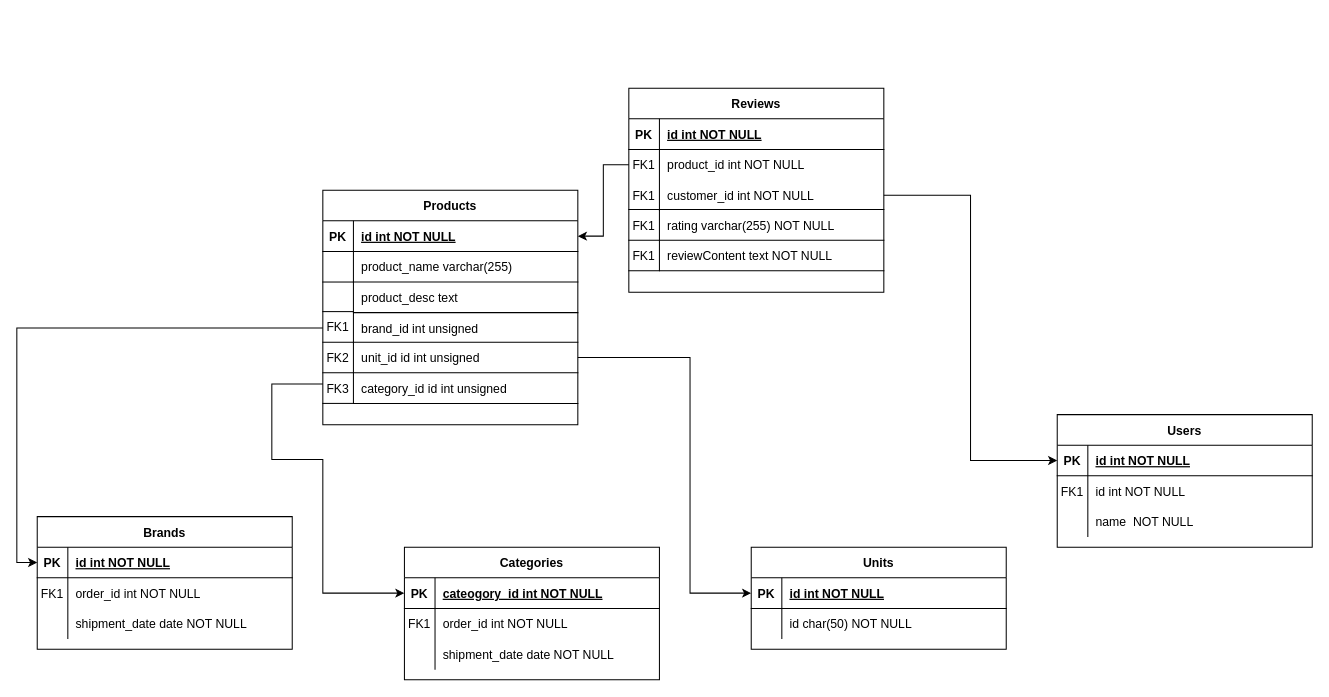
This is database/migrations/Untitled Diagram.drawio from yashmali408/new-laravel-project-, a draw.io file, before an edit. Source tidied: cells renumbered, new cells numbered last; positions are measured from the earlier drawing's top-left corner, leaving out a move shared by most shapes. Both pictures are drawn from the tidied source at 102%, with x=0, y=0 at pixel (37, 88).
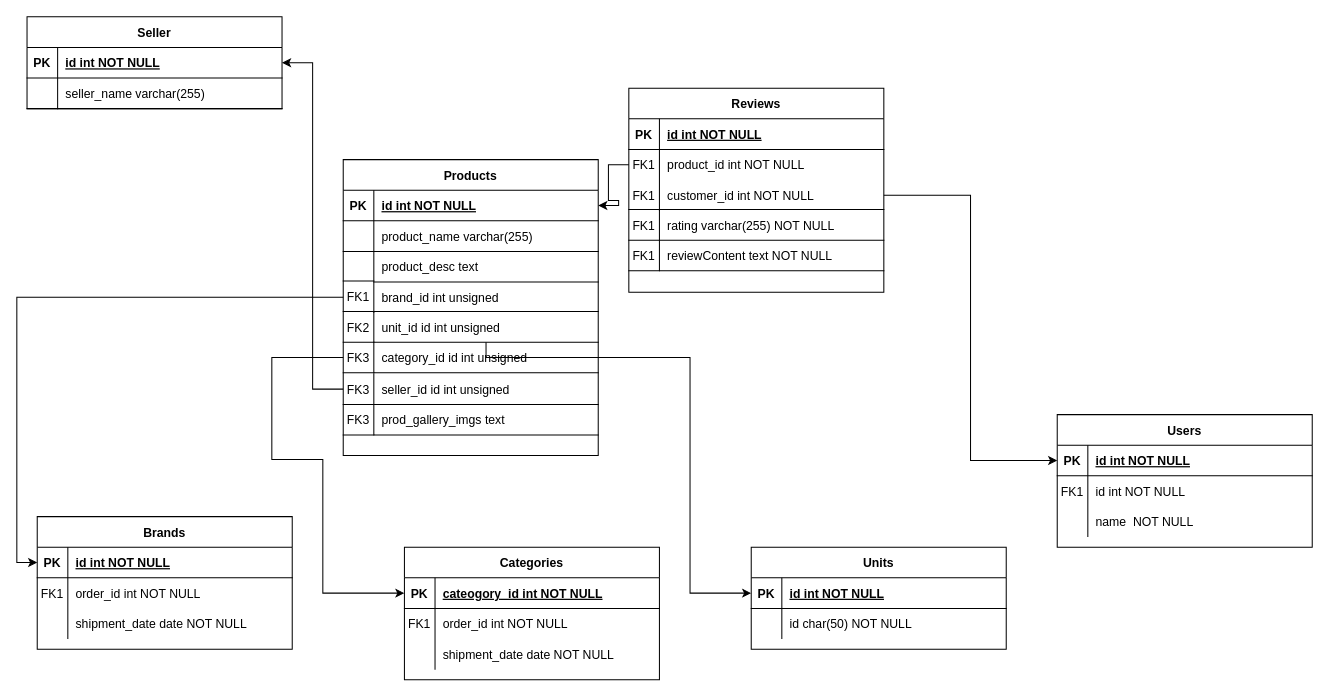
Above is the later version.

The change refers to these unchanged cells:
```xml
<mxCell id="20" style="shape=partialRectangle;fillColor=none;points=[[0,0.5],[1,0.5]];portConstraint=eastwest;top=0;left=0;right=0;bottom=1;" parent="19" vertex="1">
  <mxGeometry y="30" width="250" height="30" as="geometry" />
</mxCell>
<mxCell id="51" value="FK3" style="shape=partialRectangle;overflow=hidden;fillColor=none;top=0;left=0;bottom=1;right=0;" parent="32" vertex="1">
  <mxGeometry y="179" width="30" height="30" as="geometry" />
</mxCell>
```

The edit, as a diff of the source:
```diff
@@
     <mxCell id="31" style="group;" parent="1" vertex="1">
-      <mxGeometry x="280" y="100" width="250" height="230" as="geometry" />
+      <mxGeometry x="300" y="70" width="250" height="290" as="geometry" />
     </mxCell>
     <mxCell id="32" style="group;" parent="31" vertex="1">
-      <mxGeometry width="250" height="230" as="geometry" />
+      <mxGeometry width="250" height="290" as="geometry" />
     </mxCell>
     <mxCell id="33" style="group;" parent="32" vertex="1">
-      <mxGeometry width="250" height="230" as="geometry" />
+      <mxGeometry width="250" height="290" as="geometry" />
     </mxCell>
+    <mxCell id="47" value="unit_id id int unsigned" style="shape=partialRectangle;overflow=hidden;fillColor=none;top=1;left=1;bottom=1;right=0;align=left;spacingLeft=6;labelBorderColor=none;" parent="33" vertex="1">
+      <mxGeometry x="30" y="149" width="220" height="30" as="geometry" />
+    </mxCell>
+    <mxCell id="48" value="FK1" style="shape=partialRectangle;overflow=hidden;fillColor=none;top=1;left=0;bottom=0;right=0;" parent="33" vertex="1">
+      <mxGeometry y="119" width="30" height="30" as="geometry" />
+    </mxCell>
+    <mxCell id="49" value="FK2" style="shape=partialRectangle;overflow=hidden;fillColor=none;top=1;left=0;bottom=1;right=0;" parent="33" vertex="1">
+      <mxGeometry y="149" width="30" height="30" as="geometry" />
+    </mxCell>
+    <mxCell id="81" style="group;" parent="33" vertex="1">
+      <mxGeometry width="250" height="290" as="geometry" />
+    </mxCell>
+    <mxCell id="82" value="seller_id id int unsigned" style="shape=partialRectangle;overflow=hidden;fillColor=none;top=0;left=1;bottom=1;right=0;align=left;spacingLeft=6;labelBorderColor=none;" parent="81" vertex="1">
+      <mxGeometry x="30" y="210" width="220" height="30" as="geometry" />
+    </mxCell>
+    <mxCell id="83" value="FK3" style="shape=partialRectangle;overflow=hidden;fillColor=none;top=0;left=0;bottom=1;right=0;" parent="81" vertex="1">
+      <mxGeometry y="210" width="30" height="30" as="geometry" />
+    </mxCell>
+    <mxCell id="84" style="group;" parent="81" vertex="1">
+      <mxGeometry width="250" height="290" as="geometry" />
+    </mxCell>
-    <mxCell id="34" value="Products" style="shape=table;startSize=30;childLayout=tableLayout;rowLines=0;fontStyle=1;align=center;" parent="33" vertex="1">
-      <mxGeometry width="250" height="230" as="geometry" />
+    <mxCell id="34" value="Products" style="shape=table;startSize=30;childLayout=tableLayout;rowLines=0;fontStyle=1;align=center;" parent="84" vertex="1">
+      <mxGeometry width="250" height="290" as="geometry" />
     </mxCell>
@@
-    <mxCell id="47" value="unit_id id int unsigned" style="shape=partialRectangle;overflow=hidden;fillColor=none;top=1;left=1;bottom=1;right=0;align=left;spacingLeft=6;labelBorderColor=none;" parent="33" vertex="1">
-      <mxGeometry x="30" y="149" width="220" height="30" as="geometry" />
-    </mxCell>
-    <mxCell id="48" value="FK1" style="shape=partialRectangle;overflow=hidden;fillColor=none;top=1;left=0;bottom=0;right=0;" parent="33" vertex="1">
-      <mxGeometry y="119" width="30" height="30" as="geometry" />
-    </mxCell>
-    <mxCell id="49" value="FK2" style="shape=partialRectangle;overflow=hidden;fillColor=none;top=1;left=0;bottom=1;right=0;" parent="33" vertex="1">
-      <mxGeometry y="149" width="30" height="30" as="geometry" />
-    </mxCell>
+    <mxCell id="85" value="prod_gallery_imgs text" style="shape=partialRectangle;overflow=hidden;fillColor=none;top=0;left=1;bottom=1;right=0;align=left;spacingLeft=6;labelBorderColor=none;" parent="84" vertex="1">
+      <mxGeometry x="30" y="240" width="220" height="30" as="geometry" />
+    </mxCell>
+    <mxCell id="86" value="FK3" style="shape=partialRectangle;overflow=hidden;fillColor=none;top=0;left=0;bottom=1;right=0;" parent="84" vertex="1">
+      <mxGeometry y="240" width="30" height="30" as="geometry" />
+    </mxCell>
@@
     <mxCell id="52" style="edgeStyle=orthogonalEdgeStyle;rounded=0;jettySize=auto;html=1;entryX=0;entryY=0.5;entryDx=0;entryDy=0;" parent="1" edge="1" source="51" target="20">
       <mxGeometry relative="1" as="geometry">
         <Array as="points">
-          <mxPoint x="230" y="290" />
+          <mxPoint x="230" y="264" />
           <mxPoint x="230" y="364" />
           <mxPoint x="280" y="364" />
           <mxPoint x="280" y="495" />
         </Array>
       </mxGeometry>
     </mxCell>
@@
+    <mxCell id="87" style="group;" parent="1" vertex="1">
+      <mxGeometry x="-10" y="-70" width="250" height="120" as="geometry" />
+    </mxCell>
+    <mxCell id="88" style="group;" parent="87" vertex="1">
+      <mxGeometry width="250" height="90" as="geometry" />
+    </mxCell>
+    <mxCell id="89" style="group;" parent="88" vertex="1">
+      <mxGeometry width="250" height="90" as="geometry" />
+    </mxCell>
+    <mxCell id="90" value="Seller" style="shape=table;startSize=30;childLayout=tableLayout;rowLines=0;fontStyle=1;align=center;" parent="89" vertex="1">
+      <mxGeometry width="250" height="90" as="geometry" />
+    </mxCell>
+    <mxCell id="91" style="shape=partialRectangle;fillColor=none;points=[[0,0.5],[1,0.5]];portConstraint=eastwest;top=0;left=0;right=0;bottom=1;" parent="90" vertex="1">
+      <mxGeometry y="30" width="250" height="30" as="geometry" />
+    </mxCell>
+    <mxCell id="92" value="PK" style="shape=partialRectangle;overflow=hidden;fillColor=none;top=0;left=0;bottom=0;right=0;fontStyle=1;" parent="91" vertex="1">
+      <mxGeometry width="30" height="30" as="geometry" />
+    </mxCell>
+    <mxCell id="93" value="id int NOT NULL " style="shape=partialRectangle;overflow=hidden;fillColor=none;top=0;left=0;bottom=0;right=0;align=left;spacingLeft=6;fontStyle=5;" parent="91" vertex="1">
+      <mxGeometry x="30" width="220" height="30" as="geometry" />
+    </mxCell>
+    <mxCell id="94" style="shape=partialRectangle;fillColor=none;top=0;left=0;right=0;bottom=0;" parent="90" vertex="1">
+      <mxGeometry y="60" width="250" height="30" as="geometry" />
+    </mxCell>
+    <mxCell id="95" style="shape=partialRectangle;overflow=hidden;fillColor=none;top=0;left=0;bottom=1;right=0;" parent="94" vertex="1">
+      <mxGeometry width="30" height="30" as="geometry" />
+    </mxCell>
+    <mxCell id="96" value="seller_name varchar(255)" style="shape=partialRectangle;overflow=hidden;fillColor=none;top=0;left=0;bottom=1;right=0;align=left;spacingLeft=6;" parent="94" vertex="1">
+      <mxGeometry x="30" width="220" height="30" as="geometry" />
+    </mxCell>
+    <mxCell id="97" style="edgeStyle=orthogonalEdgeStyle;rounded=0;jettySize=auto;html=1;entryX=1;entryY=0.5;entryDx=0;entryDy=0;" parent="1" edge="1" source="83" target="91">
+      <mxGeometry relative="1" as="geometry">
+        <Array as="points">
+          <mxPoint x="270" y="295" />
+          <mxPoint x="270" y="-25" />
+        </Array>
+      </mxGeometry>
+    </mxCell>
```
